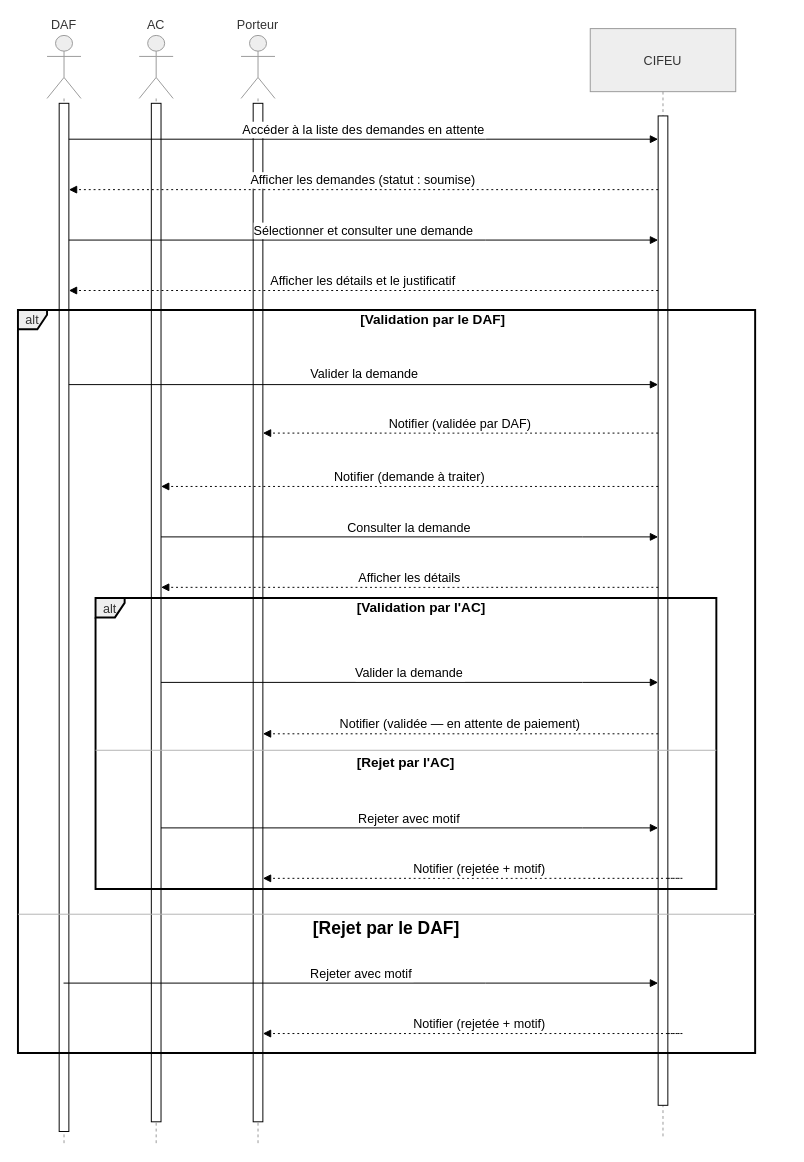
Earlier version of the draw.io diagram rapport/graphe/sequence/Traiter une demande de dépense.drawio (CheickOuedraogo/stage). Source tidied: cells renumbered, new cells numbered last; positions are measured from the earlier drawing's top-left corner, leaving out a move shared by most shapes. Both pictures are drawn from the tidied source at 97%, with x=0, y=0 at pixel (17, 28).
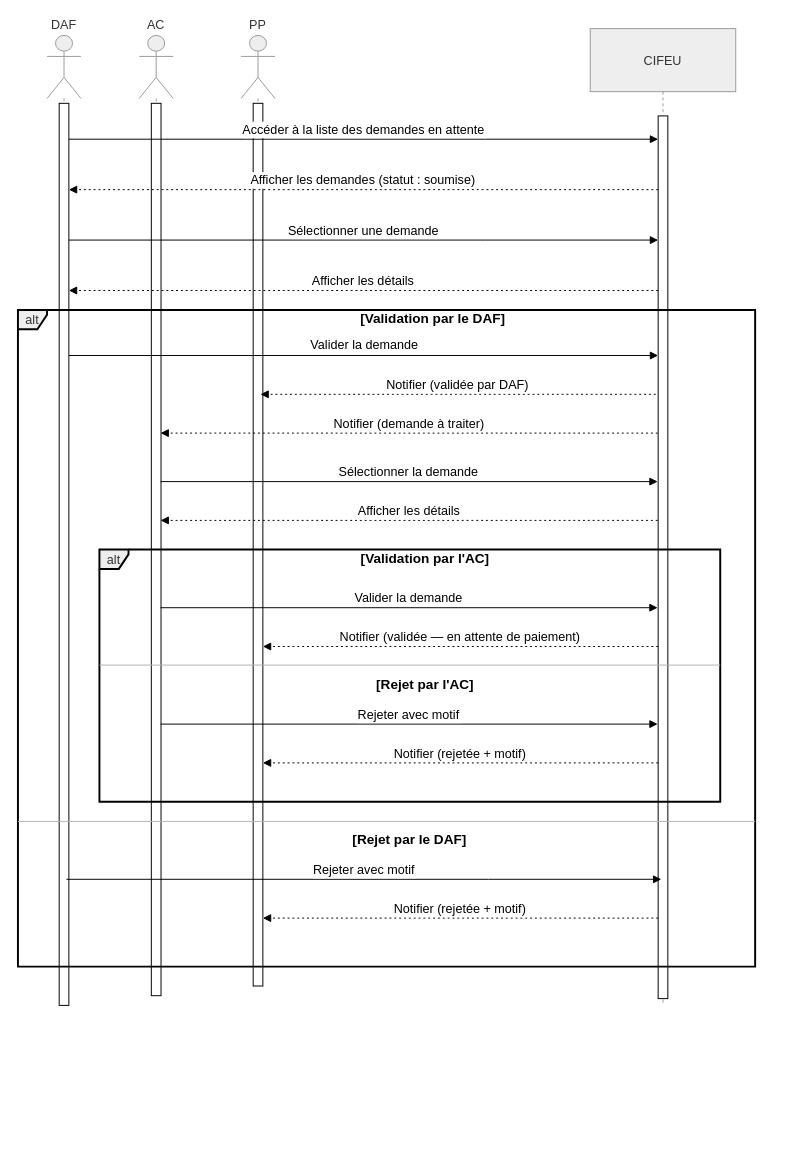
Above is the later version.

Diff of the diagram source:
```diff
@@
     <mxCell id="2" value="DAF" style="shape=umlLifeline;perimeter=lifelinePerimeter;whiteSpace=wrap;outlineConnect=0;portConstraint=eastwest;newEdgeStyle={&quot;edgeStyle&quot;:&quot;elbowEdgeStyle&quot;,&quot;elbow&quot;:&quot;vertical&quot;,&quot;curved&quot;:0,&quot;rounded&quot;:0};participant=umlActor;verticalAlign=bottom;labelPosition=center;verticalLabelPosition=top;align=center;size=65;fillColor=light-dark(#eeeeee,#1f2020);strokeColor=light-dark(#999999,#cccccc);fontColor=light-dark(#333333,#cccccc);fontSize=13;" parent="1" vertex="1">
-      <mxGeometry x="30" y="7" width="35" height="1144" as="geometry" />
+      <mxGeometry x="30" y="7" width="35" height="990" as="geometry" />
     </mxCell>
     <mxCell id="3" style="html=1;points=[[0,0,0,0,5],[0,1,0,0,-5],[1,0,0,0,5],[1,1,0,0,-5]];perimeter=orthogonalPerimeter;outlineConnect=0;targetShapes=umlLifeline;portConstraint=eastwest;newEdgeStyle={&quot;curved&quot;:0,&quot;rounded&quot;:0};fontSize=13;" parent="2" vertex="1">
-      <mxGeometry x="12.5" y="70" width="10" height="1060" as="geometry" />
+      <mxGeometry x="12.5" y="70" width="10" height="930" as="geometry" />
     </mxCell>
     <mxCell id="4" value="AC" style="shape=umlLifeline;perimeter=lifelinePerimeter;whiteSpace=wrap;newEdgeStyle={&quot;edgeStyle&quot;:&quot;elbowEdgeStyle&quot;,&quot;elbow&quot;:&quot;vertical&quot;,&quot;curved&quot;:0,&quot;rounded&quot;:0};participant=umlActor;verticalAlign=bottom;labelPosition=center;verticalLabelPosition=top;align=center;size=65;fillColor=light-dark(#eeeeee,#1f2020);strokeColor=light-dark(#999999,#cccccc);fontColor=light-dark(#333333,#cccccc);fontSize=13;" parent="1" vertex="1">
-      <mxGeometry x="125" y="7" width="35" height="1144" as="geometry" />
+      <mxGeometry x="125" y="7" width="35" height="970" as="geometry" />
     </mxCell>
     <mxCell id="5" style="html=1;points=[[0,0,0,0,5],[0,1,0,0,-5],[1,0,0,0,5],[1,1,0,0,-5]];perimeter=orthogonalPerimeter;outlineConnect=0;targetShapes=umlLifeline;portConstraint=eastwest;newEdgeStyle={&quot;curved&quot;:0,&quot;rounded&quot;:0};fontSize=13;" parent="4" vertex="1">
-      <mxGeometry x="12.5" y="70" width="10" height="1050" as="geometry" />
+      <mxGeometry x="12.5" y="70" width="10" height="920" as="geometry" />
     </mxCell>
-    <mxCell id="6" value="Porteur" style="shape=umlLifeline;perimeter=lifelinePerimeter;whiteSpace=wrap;newEdgeStyle={&quot;edgeStyle&quot;:&quot;elbowEdgeStyle&quot;,&quot;elbow&quot;:&quot;vertical&quot;,&quot;curved&quot;:0,&quot;rounded&quot;:0};participant=umlActor;verticalAlign=bottom;labelPosition=center;verticalLabelPosition=top;align=center;size=65;fillColor=light-dark(#eeeeee,#1f2020);strokeColor=light-dark(#999999,#cccccc);fontColor=light-dark(#333333,#cccccc);fontSize=13;" parent="1" vertex="1">
-      <mxGeometry x="230" y="7" width="35" height="1144" as="geometry" />
+    <mxCell id="6" value="PP" style="shape=umlLifeline;perimeter=lifelinePerimeter;whiteSpace=wrap;newEdgeStyle={&quot;edgeStyle&quot;:&quot;elbowEdgeStyle&quot;,&quot;elbow&quot;:&quot;vertical&quot;,&quot;curved&quot;:0,&quot;rounded&quot;:0};participant=umlActor;verticalAlign=bottom;labelPosition=center;verticalLabelPosition=top;align=center;size=65;fillColor=light-dark(#eeeeee,#1f2020);strokeColor=light-dark(#999999,#cccccc);fontColor=light-dark(#333333,#cccccc);fontSize=13;" parent="1" vertex="1">
+      <mxGeometry x="230" y="7" width="35" height="980" as="geometry" />
     </mxCell>
     <mxCell id="7" style="html=1;points=[[0,0,0,0,5],[0,1,0,0,-5],[1,0,0,0,5],[1,1,0,0,-5]];perimeter=orthogonalPerimeter;outlineConnect=0;targetShapes=umlLifeline;portConstraint=eastwest;newEdgeStyle={&quot;curved&quot;:0,&quot;rounded&quot;:0};fontSize=13;" parent="6" vertex="1">
-      <mxGeometry x="12.5" y="70" width="10" height="1050" as="geometry" />
+      <mxGeometry x="12.5" y="70" width="10" height="910" as="geometry" />
     </mxCell>
     <mxCell id="8" value="CIFEU" style="shape=umlLifeline;perimeter=lifelinePerimeter;whiteSpace=wrap;newEdgeStyle={&quot;edgeStyle&quot;:&quot;elbowEdgeStyle&quot;,&quot;elbow&quot;:&quot;vertical&quot;,&quot;curved&quot;:0,&quot;rounded&quot;:0};size=65;fillColor=light-dark(#eeeeee,#1f2020);strokeColor=light-dark(#999999,#cccccc);fontColor=light-dark(#333333,#cccccc);fontSize=13;" parent="1" vertex="1">
-      <mxGeometry x="590" width="150" height="1144" as="geometry" />
+      <mxGeometry x="590" width="150" height="1007" as="geometry" />
     </mxCell>
     <mxCell id="9" style="html=1;points=[[0,0,0,0,5],[0,1,0,0,-5],[1,0,0,0,5],[1,1,0,0,-5]];perimeter=orthogonalPerimeter;outlineConnect=0;targetShapes=umlLifeline;portConstraint=eastwest;newEdgeStyle={&quot;curved&quot;:0,&quot;rounded&quot;:0};fontSize=13;" parent="8" vertex="1">
-      <mxGeometry x="70" y="90" width="10" height="1020" as="geometry" />
+      <mxGeometry x="70" y="90" width="10" height="910" as="geometry" />
     </mxCell>
     <mxCell id="10" value="alt" style="shape=umlFrame;strokeColor=#000000;height=20;width=30;fillColor=light-dark(#eeeeee,#1f2020);fontColor=light-dark(#333333,#cccccc);strokeWidth=2;fontSize=13;" parent="1" vertex="1">
-      <mxGeometry x="80" y="587" width="640" height="300" as="geometry" />
+      <mxGeometry x="84" y="537" width="640" height="260" as="geometry" />
     </mxCell>
     <mxCell id="11" value="[Validation par l'AC]" style="text;strokeColor=none;fillColor=none;align=center;verticalAlign=middle;whiteSpace=wrap;fontSize=14;fontStyle=1;" parent="10" vertex="1">
-      <mxGeometry x="32.1" width="607.9" height="20" as="geometry" />
+      <mxGeometry x="32.1" width="607.9" height="17.3" as="geometry" />
     </mxCell>
-    <mxCell id="12" value="[Rejet par l'AC]" style="shape=line;whiteSpace=wrap;verticalAlign=top;labelPosition=center;verticalLabelPosition=middle;align=center;strokeColor=#B3B3B3;fontSize=14;fontStyle=1;" parent="10" vertex="1">
-      <mxGeometry y="155" width="640" height="4" as="geometry" />
+    <mxCell id="12" style="shape=line;whiteSpace=wrap;verticalAlign=top;labelPosition=center;verticalLabelPosition=middle;align=center;strokeColor=#B3B3B3;fontSize=14;fontStyle=1;" parent="10" vertex="1">
+      <mxGeometry y="104" width="640" height="30.3" as="geometry" />
     </mxCell>
+    <mxCell id="31" value="[Rejet par l'AC]" style="text;strokeColor=none;fillColor=none;align=center;verticalAlign=middle;whiteSpace=wrap;fontSize=14;fontStyle=1;" parent="10" vertex="1">
+      <mxGeometry x="32.1" y="130" width="607.9" height="17.3" as="geometry" />
+    </mxCell>
     <mxCell id="13" value="alt" style="shape=umlFrame;strokeColor=#000000;height=20;width=30;fillColor=light-dark(#eeeeee,#1f2020);fontColor=light-dark(#333333,#cccccc);strokeWidth=2;fontSize=13;" parent="1" vertex="1">
-      <mxGeometry y="290" width="760" height="766" as="geometry" />
+      <mxGeometry y="290" width="760" height="677" as="geometry" />
     </mxCell>
     <mxCell id="14" value="[Validation par le DAF]" style="text;strokeColor=none;fillColor=none;align=center;verticalAlign=middle;whiteSpace=wrap;fontSize=14;fontStyle=1;" parent="13" vertex="1">
-      <mxGeometry x="62" width="731.8" height="20" as="geometry" />
+      <mxGeometry x="62" width="731.8" height="17.7" as="geometry" />
     </mxCell>
-    <mxCell id="15" value="[Rejet par le DAF]" style="shape=line;whiteSpace=wrap;verticalAlign=top;labelPosition=center;verticalLabelPosition=middle;align=center;strokeColor=#B3B3B3;fontSize=18;fontStyle=1;" parent="13" vertex="1">
-      <mxGeometry y="621" width="760" height="4" as="geometry" />
+    <mxCell id="15" style="shape=line;whiteSpace=wrap;verticalAlign=top;labelPosition=center;verticalLabelPosition=middle;align=center;strokeColor=#B3B3B3;fontSize=18;fontStyle=1;" parent="13" vertex="1">
+      <mxGeometry y="474.6" width="760" height="105.4" as="geometry" />
     </mxCell>
@@
-    <mxCell id="18" value="Sélectionner et consulter une demande" style="verticalAlign=bottom;edgeStyle=elbowEdgeStyle;elbow=vertical;curved=0;rounded=0;endArrow=block;fontSize=13;" parent="1" edge="1" source="3" target="9">
+    <mxCell id="18" value="Sélectionner une demande" style="verticalAlign=bottom;edgeStyle=elbowEdgeStyle;elbow=vertical;curved=0;rounded=0;endArrow=block;fontSize=13;" parent="1" edge="1" source="3" target="9">
       <mxGeometry relative="1" as="geometry">
         <Array as="points">
           <mxPoint x="482" y="218" />
         </Array>
       </mxGeometry>
     </mxCell>
-    <mxCell id="19" value="Afficher les détails et le justificatif" style="verticalAlign=bottom;edgeStyle=elbowEdgeStyle;elbow=vertical;curved=0;rounded=0;dashed=1;dashPattern=2 3;endArrow=block;fontSize=13;" parent="1" edge="1" source="9" target="3">
+    <mxCell id="19" value="Afficher les détails" style="verticalAlign=bottom;edgeStyle=elbowEdgeStyle;elbow=vertical;curved=0;rounded=0;dashed=1;dashPattern=2 3;endArrow=block;fontSize=13;" parent="1" edge="1" source="9" target="3">
       <mxGeometry relative="1" as="geometry">
         <Array as="points">
           <mxPoint x="485" y="270" />
         </Array>
       </mxGeometry>
     </mxCell>
-    <mxCell id="20" value="Notifier (validée par DAF)" style="verticalAlign=bottom;edgeStyle=elbowEdgeStyle;elbow=vertical;curved=0;rounded=0;dashed=1;dashPattern=2 3;endArrow=block;fontSize=13;" parent="1" edge="1" source="9" target="7">
+    <mxCell id="20" value="Notifier (validée par DAF)" style="verticalAlign=bottom;edgeStyle=elbowEdgeStyle;elbow=vertical;curved=0;rounded=0;dashed=1;dashPattern=2 3;endArrow=block;fontSize=13;" parent="1" edge="1">
       <mxGeometry relative="1" as="geometry">
+        <mxPoint x="657.5" y="377" as="sourcePoint" />
+        <mxPoint x="250" y="377" as="targetPoint" />
         <Array as="points">
-          <mxPoint x="590" y="417" />
+          <mxPoint x="587.5" y="377" />
         </Array>
       </mxGeometry>
     </mxCell>
-    <mxCell id="21" value="Notifier (demande à traiter)" style="verticalAlign=bottom;edgeStyle=elbowEdgeStyle;elbow=vertical;curved=0;rounded=0;dashed=1;dashPattern=2 3;endArrow=block;fontSize=13;" parent="1" edge="1" source="9" target="5">
+    <mxCell id="21" value="Notifier (demande à traiter)" style="verticalAlign=bottom;edgeStyle=elbowEdgeStyle;elbow=vertical;curved=0;rounded=0;dashed=1;dashPattern=2 3;endArrow=block;fontSize=13;" parent="1" edge="1">
       <mxGeometry relative="1" as="geometry">
+        <mxPoint x="659.5" y="417" as="sourcePoint" />
+        <mxPoint x="147" y="417" as="targetPoint" />
         <Array as="points">
-          <mxPoint x="585" y="472" />
+          <mxPoint x="584.5" y="417" />
         </Array>
       </mxGeometry>
     </mxCell>
-    <mxCell id="22" value="Consulter la demande" style="verticalAlign=bottom;edgeStyle=elbowEdgeStyle;elbow=vertical;curved=0;rounded=0;endArrow=block;fontSize=13;" parent="1" edge="1" source="5" target="9">
+    <mxCell id="22" value="Sélectionner la demande" style="verticalAlign=bottom;edgeStyle=elbowEdgeStyle;elbow=vertical;curved=0;rounded=0;endArrow=block;fontSize=13;" parent="1" edge="1">
       <mxGeometry relative="1" as="geometry">
+        <mxPoint x="147" y="467" as="sourcePoint" />
+        <mxPoint x="659.5" y="467" as="targetPoint" />
         <Array as="points">
-          <mxPoint x="582" y="524" />
+          <mxPoint x="581.5" y="467" />
         </Array>
       </mxGeometry>
     </mxCell>
-    <mxCell id="23" value="Afficher les détails" style="verticalAlign=bottom;edgeStyle=elbowEdgeStyle;elbow=vertical;curved=0;rounded=0;dashed=1;dashPattern=2 3;endArrow=block;fontSize=13;" parent="1" edge="1" source="9" target="5">
+    <mxCell id="23" value="Afficher les détails" style="verticalAlign=bottom;edgeStyle=elbowEdgeStyle;elbow=vertical;curved=0;rounded=0;dashed=1;dashPattern=2 3;endArrow=block;fontSize=13;" parent="1" edge="1">
       <mxGeometry relative="1" as="geometry">
+        <mxPoint x="659.5" y="507" as="sourcePoint" />
+        <mxPoint x="147" y="507" as="targetPoint" />
         <Array as="points">
-          <mxPoint x="585" y="576" />
+          <mxPoint x="584.5" y="507" />
         </Array>
       </mxGeometry>
     </mxCell>
-    <mxCell id="24" value="Valider la demande" style="verticalAlign=bottom;edgeStyle=elbowEdgeStyle;elbow=vertical;curved=0;rounded=0;endArrow=block;fontSize=13;" parent="1" edge="1" source="5" target="9">
+    <mxCell id="24" value="Valider la demande" style="verticalAlign=bottom;edgeStyle=elbowEdgeStyle;elbow=vertical;curved=0;rounded=0;endArrow=block;fontSize=13;" parent="1" edge="1">
       <mxGeometry relative="1" as="geometry">
+        <mxPoint x="147" y="597" as="sourcePoint" />
+        <mxPoint x="659.5" y="597" as="targetPoint" />
         <Array as="points">
-          <mxPoint x="582" y="674" />
+          <mxPoint x="581.5" y="597" />
         </Array>
       </mxGeometry>
     </mxCell>
-    <mxCell id="25" value="Notifier (validée — en attente de paiement)" style="verticalAlign=bottom;edgeStyle=elbowEdgeStyle;elbow=vertical;curved=0;rounded=0;dashed=1;dashPattern=2 3;endArrow=block;fontSize=13;" parent="1" edge="1" source="9" target="7">
+    <mxCell id="25" value="Notifier (validée — en attente de paiement)" style="verticalAlign=bottom;edgeStyle=elbowEdgeStyle;elbow=vertical;curved=0;rounded=0;dashed=1;dashPattern=2 3;endArrow=block;fontSize=13;" parent="1" edge="1">
       <mxGeometry relative="1" as="geometry">
+        <mxPoint x="660" y="637" as="sourcePoint" />
+        <mxPoint x="252.5" y="637" as="targetPoint" />
         <Array as="points">
-          <mxPoint x="640" y="727" />
+          <mxPoint x="640" y="637" />
         </Array>
       </mxGeometry>
     </mxCell>
-    <mxCell id="26" value="Rejeter avec motif" style="verticalAlign=bottom;edgeStyle=elbowEdgeStyle;elbow=vertical;curved=0;rounded=0;endArrow=block;fontSize=13;" parent="1" edge="1" source="5" target="9">
+    <mxCell id="26" value="Rejeter avec motif" style="verticalAlign=bottom;edgeStyle=elbowEdgeStyle;elbow=vertical;curved=0;rounded=0;endArrow=block;fontSize=13;" parent="1" edge="1">
       <mxGeometry relative="1" as="geometry">
+        <mxPoint x="147" y="717" as="sourcePoint" />
+        <mxPoint x="659.5" y="717" as="targetPoint" />
         <Array as="points">
-          <mxPoint x="582" y="824" />
+          <mxPoint x="581.5" y="717" />
         </Array>
       </mxGeometry>
     </mxCell>
     <mxCell id="27" value="Notifier (rejetée + motif)" style="verticalAlign=bottom;edgeStyle=elbowEdgeStyle;elbow=vertical;curved=0;rounded=0;dashed=1;dashPattern=2 3;endArrow=block;fontSize=13;" parent="1" edge="1" source="9" target="7">
       <mxGeometry relative="1" as="geometry">
         <Array as="points">
+          <mxPoint x="550" y="757" />
           <mxPoint x="685" y="876" />
         </Array>
       </mxGeometry>
     </mxCell>
-    <mxCell id="28" value="Rejeter avec motif" style="verticalAlign=bottom;edgeStyle=elbowEdgeStyle;elbow=vertical;curved=0;rounded=0;endArrow=block;fontSize=13;" parent="1" edge="1" source="2" target="9">
+    <mxCell id="28" value="Rejeter avec motif" style="verticalAlign=bottom;edgeStyle=elbowEdgeStyle;elbow=vertical;curved=0;rounded=0;endArrow=block;fontSize=13;" parent="1" edge="1">
       <mxGeometry relative="1" as="geometry">
+        <mxPoint x="50" y="877" as="sourcePoint" />
+        <mxPoint x="663.3" y="877" as="targetPoint" />
         <Array as="points">
-          <mxPoint x="482" y="984" />
+          <mxPoint x="485.3" y="877" />
         </Array>
       </mxGeometry>
     </mxCell>
-    <mxCell id="29" value="Notifier (rejetée + motif)" style="verticalAlign=bottom;edgeStyle=elbowEdgeStyle;elbow=vertical;curved=0;rounded=0;dashed=1;dashPattern=2 3;endArrow=block;fontSize=13;" parent="1" edge="1" source="9" target="7">
+    <mxCell id="29" value="Notifier (rejetée + motif)" style="verticalAlign=bottom;edgeStyle=elbowEdgeStyle;elbow=vertical;curved=0;rounded=0;dashed=1;dashPattern=2 3;endArrow=block;fontSize=13;" parent="1" edge="1" source="9">
       <mxGeometry relative="1" as="geometry">
-        <Array as="points">
-          <mxPoint x="685" y="1036" />
-        </Array>
+        <mxPoint x="252.5" y="917" as="targetPoint" />
       </mxGeometry>
     </mxCell>
-    <mxCell id="30" value="&lt;span style=&quot;font-size: 13px;&quot;&gt;Valider la demande&lt;/span&gt;" style="html=1;verticalAlign=bottom;endArrow=block;curved=0;rounded=0;" parent="1" edge="1" source="3">
+    <mxCell id="30" value="&lt;span style=&quot;font-size: 13px;&quot;&gt;Valider la demande&lt;/span&gt;" style="html=1;verticalAlign=bottom;endArrow=block;curved=0;rounded=0;" parent="1" edge="1">
       <mxGeometry relative="1" as="geometry">
-        <mxPoint x="660" y="367" as="targetPoint" />
+        <mxPoint x="52.5" y="337" as="sourcePoint" />
+        <mxPoint x="660" y="337" as="targetPoint" />
       </mxGeometry>
     </mxCell>
+    <mxCell id="32" value="[Rejet par le DAF]" style="text;strokeColor=none;fillColor=none;align=center;verticalAlign=middle;whiteSpace=wrap;fontSize=14;fontStyle=1;" parent="1" vertex="1">
+      <mxGeometry x="100" y="827" width="607.9" height="17.3" as="geometry" />
+    </mxCell>
```
